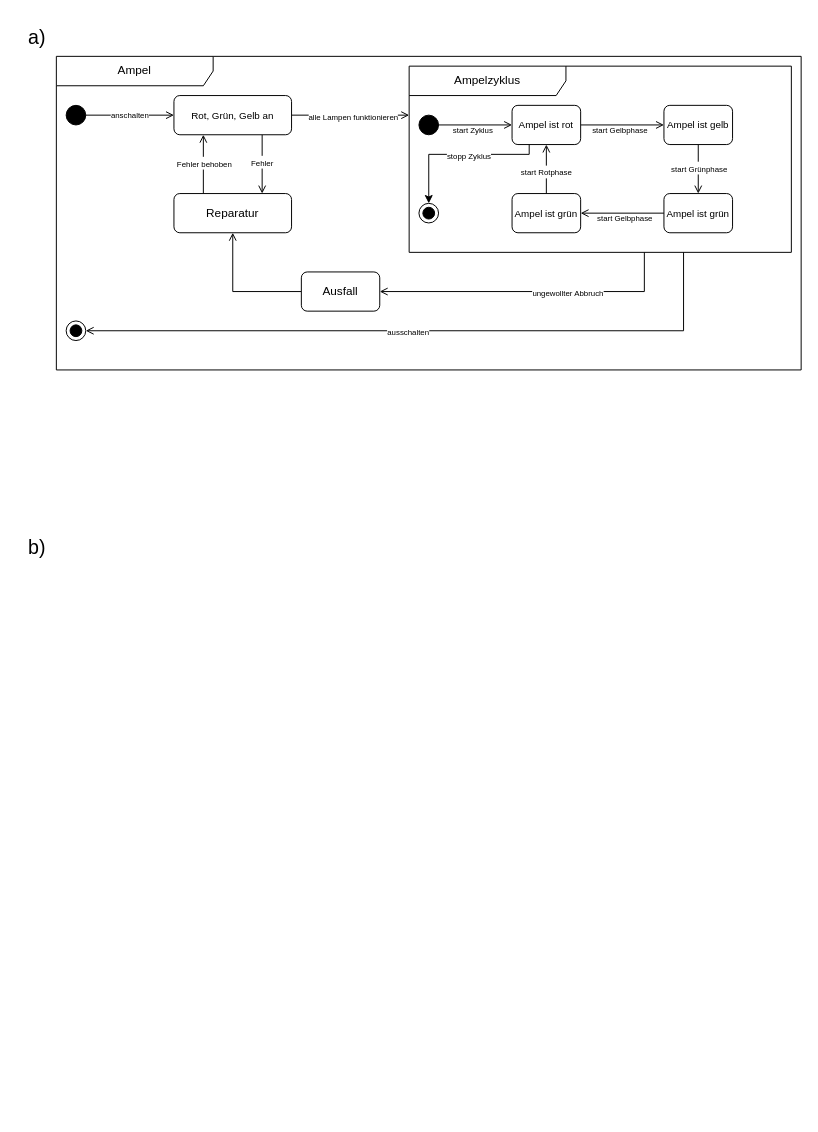
R4Tobi/modellierung keeps this draw.io diagram as 10-13 Sequenzdiagramm und Zustandsdiagramm/Aufgabe11/Aufgabe11.drawio. Above is the earlier version. Source tidied: cells renumbered, new cells numbered last; positions are measured from the earlier drawing's top-left corner, leaving out a move shared by most shapes. Both pictures are drawn from the tidied source at 98%, with x=0, y=0 at pixel (17, 17).
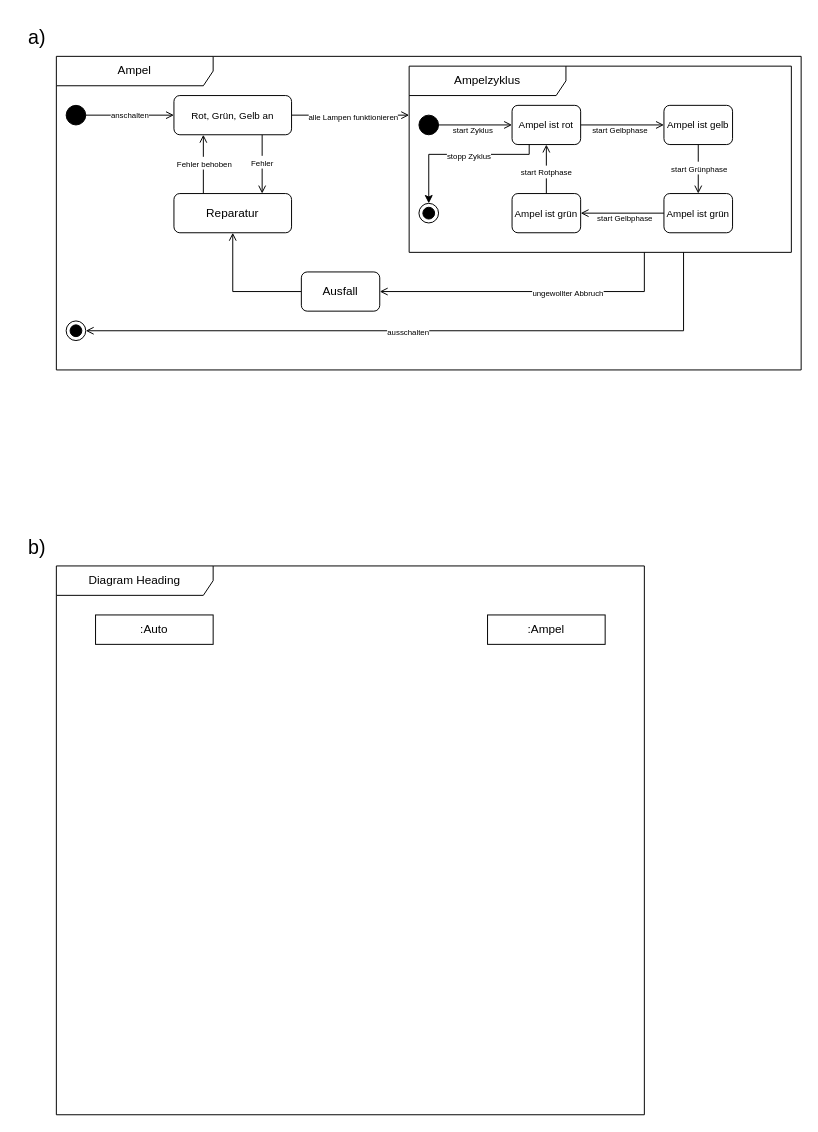
Above is the later version.

What changed in the source:
```diff
@@
+    <mxCell id="42" value="Diagram Heading" style="shape=umlFrame;whiteSpace=wrap;html=1;width=160;" parent="1" vertex="1">
+      <mxGeometry x="40" y="560" width="600" height="560" as="geometry" />
+    </mxCell>
+    <mxCell id="43" value=":Auto" style="rounded=0;whiteSpace=wrap;html=1;" parent="42" vertex="1">
+      <mxGeometry x="40" y="50" width="120" height="30" as="geometry" />
+    </mxCell>
+    <mxCell id="44" value=":Ampel" style="rounded=0;whiteSpace=wrap;html=1;" parent="42" vertex="1">
+      <mxGeometry x="440" y="50" width="120" height="30" as="geometry" />
+    </mxCell>
```
